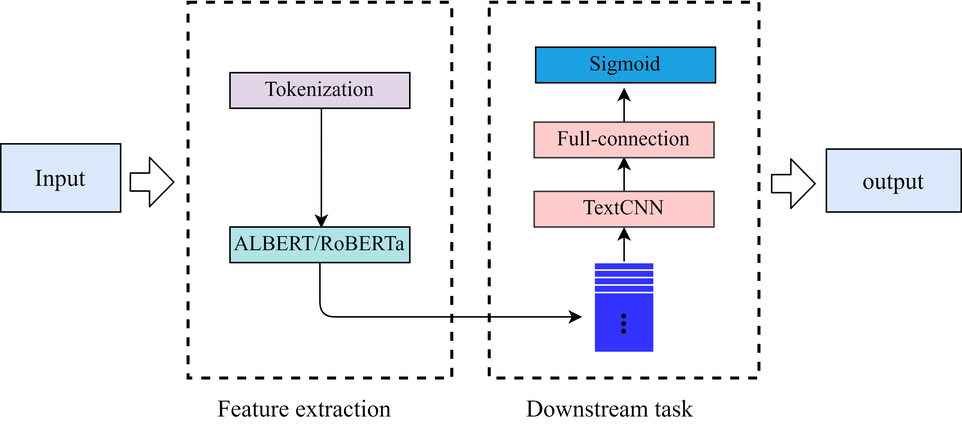
Before: imgs/textcnn.png, a diagram exported from draw.io (hellonlp/classifier-multi-label). Source tidied: cells renumbered, new cells last; positions are measured from the earlier drawing's top-left corner, leaving out a move shared by most shapes. Its diagram source:
```xml
<mxGraphModel>
  <root>
    <mxCell id="0" />
    <mxCell id="1" parent="0" />
    <mxCell id="2" style="endArrow=classic;html=1;fontSize=14;fontFamily=Times New Roman;" parent="1" edge="1">
      <mxGeometry relative="1" as="geometry">
        <mxPoint x="416" y="173" as="sourcePoint" />
        <mxPoint x="416" y="150" as="targetPoint" />
      </mxGeometry>
    </mxCell>
    <mxCell id="3" style="rounded=0;whiteSpace=wrap;html=1;fillColor=none;dashed=1;strokeWidth=2;fontFamily=Times New Roman;" parent="1" vertex="1">
      <mxGeometry x="326" width="180" height="250.8" as="geometry" />
    </mxCell>
    <mxCell id="4" value="TextCNN" style="rounded=0;whiteSpace=wrap;html=1;fillColor=#ffcccc;strokeColor=#36393d;fontSize=14;fontFamily=Times New Roman;" parent="1" vertex="1">
      <mxGeometry x="356" y="126.2" width="120" height="23.8" as="geometry" />
    </mxCell>
    <mxCell id="5" value="&lt;font color=&quot;#000000&quot; style=&quot;font-size: 14px;&quot;&gt;Sigmoid&lt;/font&gt;" style="rounded=0;whiteSpace=wrap;html=1;fillColor=#1ba1e2;strokeColor=#000000;fontColor=#ffffff;fontSize=14;fontFamily=Times New Roman;" parent="1" vertex="1">
      <mxGeometry x="357" y="30" width="120" height="23.8" as="geometry" />
    </mxCell>
    <mxCell id="6" value="&lt;span style=&quot;font-size: 16px;&quot;&gt;&lt;font style=&quot;font-size: 16px;&quot;&gt;Downstream task&lt;/font&gt;&lt;/span&gt;" style="text;html=1;align=left;verticalAlign=top;spacingTop=-4;fontStyle=0;fontSize=16;fontFamily=Times New Roman;" parent="1" vertex="1">
      <mxGeometry x="349" y="259" width="130" height="30" as="geometry" />
    </mxCell>
    <mxCell id="7" style="endArrow=classic;html=1;exitX=0.5;exitY=1;exitDx=0;exitDy=0;fontSize=14;fontFamily=Times New Roman;" parent="1" edge="1" source="13">
      <mxGeometry relative="1" as="geometry">
        <mxPoint x="388" y="210" as="targetPoint" />
        <Array as="points">
          <mxPoint x="213" y="210" />
        </Array>
      </mxGeometry>
    </mxCell>
    <mxCell id="8" style="endArrow=none;html=1;strokeColor=#FFFFFF;fontSize=14;fontFamily=Times New Roman;" parent="1" edge="1">
      <mxGeometry relative="1" as="geometry">
        <mxPoint x="396" y="193.5" as="sourcePoint" />
        <mxPoint x="436" y="193.5" as="targetPoint" />
      </mxGeometry>
    </mxCell>
    <mxCell id="9" style="endArrow=none;html=1;strokeColor=#FFFFFF;fontSize=14;fontFamily=Times New Roman;" parent="1" edge="1">
      <mxGeometry relative="1" as="geometry">
        <mxPoint x="396" y="197.5" as="sourcePoint" />
        <mxPoint x="436" y="197.5" as="targetPoint" />
      </mxGeometry>
    </mxCell>
    <mxCell id="10" style="endArrow=none;html=1;strokeColor=#FFFFFF;fontSize=14;fontFamily=Times New Roman;" parent="1" edge="1">
      <mxGeometry relative="1" as="geometry">
        <mxPoint x="396" y="201.5" as="sourcePoint" />
        <mxPoint x="436" y="201.5" as="targetPoint" />
      </mxGeometry>
    </mxCell>
    <mxCell id="11" style="endArrow=none;html=1;strokeColor=#FFFFFF;fontSize=14;fontFamily=Times New Roman;" parent="1" edge="1">
      <mxGeometry relative="1" as="geometry">
        <mxPoint x="396" y="205.5" as="sourcePoint" />
        <mxPoint x="436" y="205.5" as="targetPoint" />
      </mxGeometry>
    </mxCell>
    <mxCell id="12" value="&lt;span style=&quot;font-size: 16px;&quot;&gt;&lt;span style=&quot;font-size: 16px;&quot;&gt;Feature extraction&lt;/span&gt;&lt;/span&gt;" style="text;html=1;align=left;verticalAlign=top;spacingTop=-4;fontStyle=0;fontSize=16;fontFamily=Times New Roman;" parent="1" vertex="1">
      <mxGeometry x="143" y="259" width="140" height="30" as="geometry" />
    </mxCell>
    <mxCell id="13" value="ALBERT/RoBERTa" style="rounded=0;whiteSpace=wrap;html=1;fillColor=#b0e3e6;strokeWidth=1;fontSize=14;fontFamily=Times New Roman;" parent="1" vertex="1">
      <mxGeometry x="153" y="150" width="120" height="23.8" as="geometry" />
    </mxCell>
    <mxCell id="14" value="Tokenization" style="rounded=0;whiteSpace=wrap;html=1;fillColor=#e1d5e7;strokeWidth=1;fontSize=14;fontFamily=Times New Roman;" parent="1" vertex="1">
      <mxGeometry x="153" y="47" width="120" height="23.8" as="geometry" />
    </mxCell>
    <mxCell id="15" style="endArrow=classic;html=1;entryX=0.458;entryY=0.028;entryDx=0;entryDy=0;entryPerimeter=0;fontSize=14;fontFamily=Times New Roman;" parent="1" edge="1">
      <mxGeometry relative="1" as="geometry">
        <mxPoint x="214" y="71" as="sourcePoint" />
        <mxPoint x="214" y="150.7" as="targetPoint" />
      </mxGeometry>
    </mxCell>
    <mxCell id="16" style="rounded=0;whiteSpace=wrap;html=1;fillColor=none;dashed=1;strokeWidth=2;fontFamily=Times New Roman;" parent="1" vertex="1">
      <mxGeometry x="125" width="176" height="250.8" as="geometry" />
    </mxCell>
    <mxCell id="17" value="&lt;font style=&quot;font-size: 16px;&quot;&gt;Input&lt;/font&gt;" style="rounded=0;whiteSpace=wrap;html=1;fillColor=#dae8fc;fontFamily=Times New Roman;" parent="1" vertex="1">
      <mxGeometry y="94.5" width="80" height="45.5" as="geometry" />
    </mxCell>
    <mxCell id="18" value="&lt;font style=&quot;font-size: 16px;&quot;&gt;output&lt;/font&gt;" style="rounded=0;whiteSpace=wrap;html=1;fillColor=#dae8fc;fontFamily=Times New Roman;" parent="1" vertex="1">
      <mxGeometry x="551" y="98" width="90" height="42" as="geometry" />
    </mxCell>
    <mxCell id="19" style="shape=flexArrow;endArrow=classic;html=1;width=12;endSize=5.07;fontFamily=Times New Roman;" parent="1" edge="1">
      <mxGeometry relative="1" as="geometry">
        <mxPoint x="86" y="120" as="sourcePoint" />
        <mxPoint x="116" y="120" as="targetPoint" />
      </mxGeometry>
    </mxCell>
    <mxCell id="20" style="shape=flexArrow;endArrow=classic;html=1;width=12;endSize=5.07;fontFamily=Times New Roman;" parent="1" edge="1">
      <mxGeometry relative="1" as="geometry">
        <mxPoint x="514" y="121.1" as="sourcePoint" />
        <mxPoint x="544" y="121.1" as="targetPoint" />
      </mxGeometry>
    </mxCell>
    <mxCell id="21" style="whiteSpace=wrap;html=1;strokeColor=#FFFFFF;fillColor=#3333FF;fontSize=14;fontFamily=Times New Roman;" parent="1" vertex="1">
      <mxGeometry x="396" y="173.8" width="40" height="5" as="geometry" />
    </mxCell>
    <mxCell id="22" style="whiteSpace=wrap;html=1;strokeColor=#FFFFFF;fillColor=#3333FF;fontSize=14;fontFamily=Times New Roman;" parent="1" vertex="1">
      <mxGeometry x="396" y="178.8" width="40" height="5" as="geometry" />
    </mxCell>
    <mxCell id="23" style="whiteSpace=wrap;html=1;strokeColor=#FFFFFF;fillColor=#3333FF;fontSize=14;fontFamily=Times New Roman;" parent="1" vertex="1">
      <mxGeometry x="396" y="183.8" width="40" height="5" as="geometry" />
    </mxCell>
    <mxCell id="24" style="whiteSpace=wrap;html=1;strokeColor=#FFFFFF;fillColor=#3333FF;fontFamily=Times New Roman;" parent="1" vertex="1">
      <mxGeometry x="396" y="193.8" width="40" height="40" as="geometry" />
    </mxCell>
    <mxCell id="25" style="whiteSpace=wrap;html=1;strokeColor=#FFFFFF;fillColor=#3333FF;fontSize=14;fontFamily=Times New Roman;" parent="1" vertex="1">
      <mxGeometry x="396" y="188.8" width="40" height="5" as="geometry" />
    </mxCell>
    <mxCell id="26" value="&lt;b&gt;&lt;font style=&quot;font-size: 20px&quot;&gt;...&lt;/font&gt;&lt;/b&gt;" style="text;html=1;align=left;verticalAlign=top;spacingTop=-4;rotation=-90;fontFamily=Times New Roman;" parent="1" vertex="1">
      <mxGeometry x="390" y="189.5" width="40" height="30" as="geometry" />
    </mxCell>
    <mxCell id="27" style="endArrow=classic;html=1;fontSize=14;fontFamily=Times New Roman;" parent="1" edge="1">
      <mxGeometry relative="1" as="geometry">
        <mxPoint x="416" y="126" as="sourcePoint" />
        <mxPoint x="416" y="103" as="targetPoint" />
      </mxGeometry>
    </mxCell>
    <mxCell id="28" style="endArrow=classic;html=1;fontSize=14;fontFamily=Times New Roman;" parent="1" edge="1">
      <mxGeometry relative="1" as="geometry">
        <mxPoint x="416" y="80" as="sourcePoint" />
        <mxPoint x="416" y="57" as="targetPoint" />
      </mxGeometry>
    </mxCell>
    <mxCell id="29" value="Full-connection" style="rounded=0;whiteSpace=wrap;html=1;fillColor=#ffcccc;strokeColor=#36393d;fontSize=14;fontFamily=Times New Roman;" parent="1" vertex="1">
      <mxGeometry x="356" y="80" width="120" height="23.8" as="geometry" />
    </mxCell>
  </root>
</mxGraphModel>
```
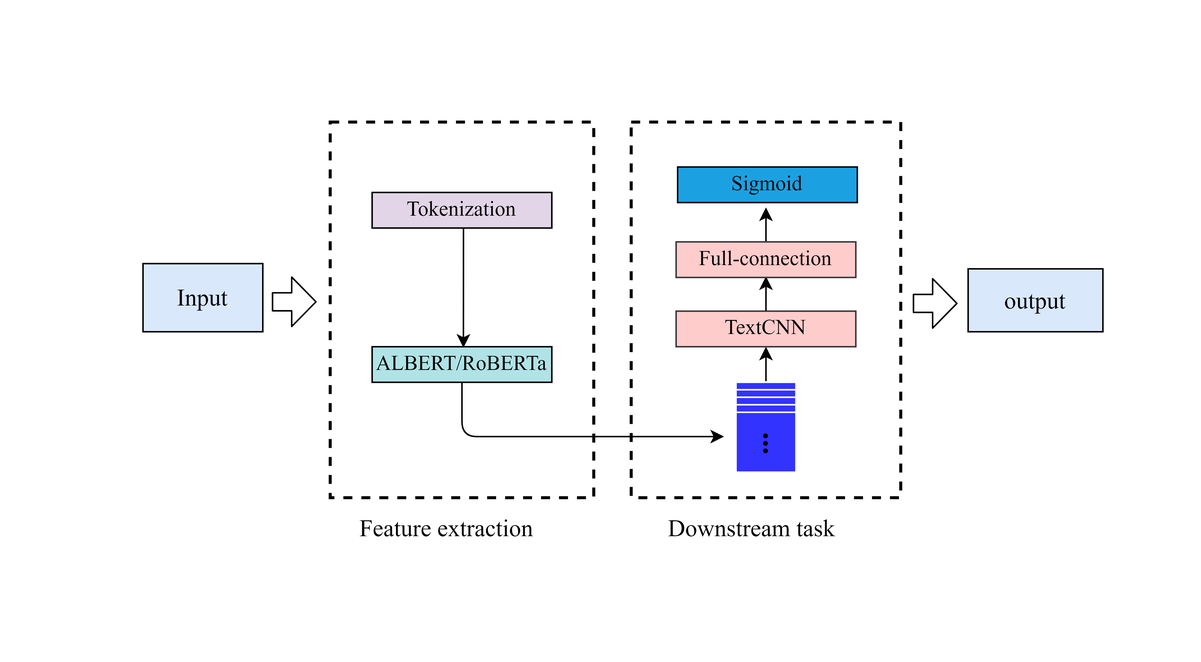
The same diagram one commit later.

Change to the diagram source:
```diff
@@ -2,6 +2,9 @@
   <root>
     <mxCell id="0" />
     <mxCell id="1" parent="0" />
+    <mxCell id="30" style="rounded=0;whiteSpace=wrap;html=1;fillColor=none;dashed=1;strokeWidth=2;fontFamily=Times New Roman;fontColor=default;strokeColor=none;" parent="1" vertex="1">
+      <mxGeometry x="-94" y="-80" width="800" height="440" as="geometry" />
+    </mxCell>
     <mxCell id="2" style="endArrow=classic;html=1;fontSize=14;fontFamily=Times New Roman;" parent="1" edge="1">
       <mxGeometry relative="1" as="geometry">
         <mxPoint x="416" y="173" as="sourcePoint" />
```
